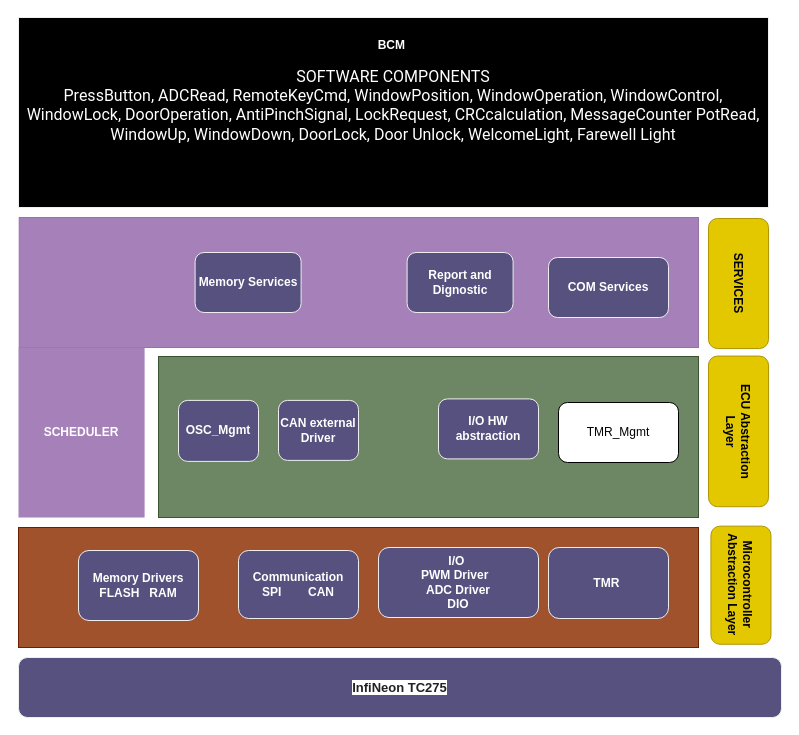
Earlier version of the draw.io diagram page "Página-1" (1 of 2) of Diagrama sin título.drawio (juankcl/ContiDiagrams). Source tidied: cells renumbered, new cells numbered last; positions are measured from the earlier drawing's top-left corner, leaving out a move shared by most shapes. Both pictures are drawn from the tidied source at 100%, with x=0, y=0 at pixel (18, 17).
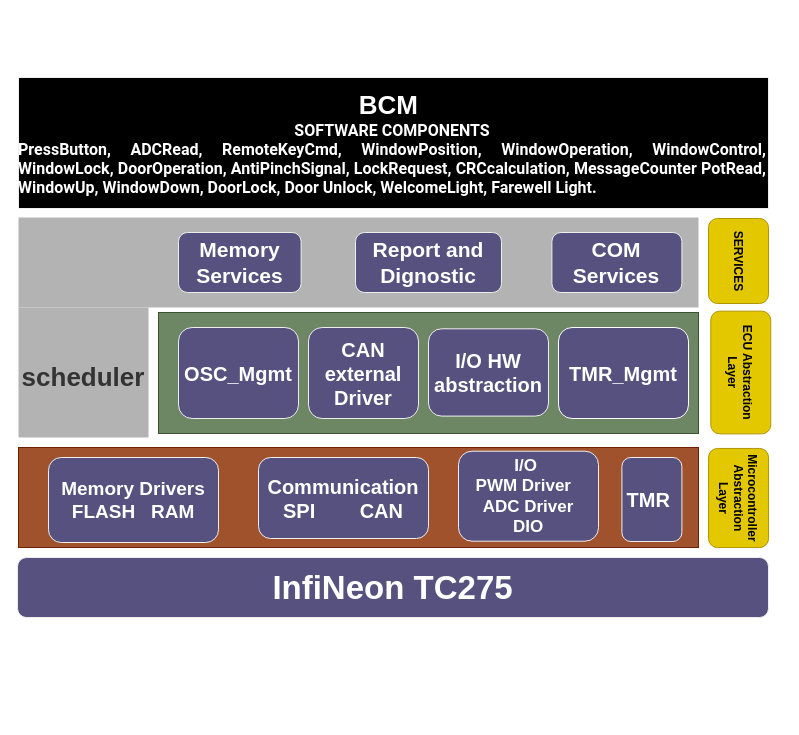
The same diagram, later.

What changed in the source:
```diff
@@
-    <mxCell id="2" style="group;" parent="1" vertex="1">
-      <mxGeometry y="200" width="680" height="331" as="geometry" />
+    <mxCell id="2" style="group;fontStyle=1;" parent="1" vertex="1">
+      <mxGeometry y="200" width="763" height="400" as="geometry" />
     </mxCell>
-    <mxCell id="3" style="rounded=0;whiteSpace=wrap;html=1;fillColor=#A680B8;strokeColor=#9673a6;fontStyle=1;" parent="2" vertex="1">
-      <mxGeometry x="0.7" width="679.3" height="130" as="geometry" />
-    </mxCell>
-    <mxCell id="4" value="SCHEDULER" style="rounded=0;whiteSpace=wrap;html=1;fillColor=#A680B8;strokeColor=none;fontColor=#FFFFFF;fontStyle=1;" parent="2" vertex="1">
-      <mxGeometry y="130" width="126.1" height="170" as="geometry" />
-    </mxCell>
+    <mxCell id="24" style="rounded=0;whiteSpace=wrap;html=1;labelBackgroundColor=none;fontSize=42;fontColor=#FFFFFF;fillColor=#B3B3B3;strokeColor=none;" parent="2" vertex="1">
+      <mxGeometry width="680" height="90" as="geometry" />
+    </mxCell>
+    <mxCell id="25" value="&lt;font size=&quot;1&quot; color=&quot;#333333&quot; style=&quot;&quot;&gt;&lt;b style=&quot;font-size: 26px;&quot;&gt;scheduler&lt;/b&gt;&lt;/font&gt;" style="rounded=0;whiteSpace=wrap;html=1;labelBackgroundColor=none;fontSize=42;fontColor=#FFFFFF;fillColor=#B3B3B3;strokeColor=none;" parent="2" vertex="1">
+      <mxGeometry y="90" width="130" height="130" as="geometry" />
+    </mxCell>
-    <mxCell id="5" value="Report and Dignostic" style="rounded=1;whiteSpace=wrap;html=1;fillColor=#56517E;strokeColor=#EEEEEE;fontColor=#FFFFFF;fontStyle=1;" parent="2" vertex="1">
-      <mxGeometry x="388.6" y="35" width="106" height="60" as="geometry" />
+    <mxCell id="5" value="Report and Dignostic" style="rounded=1;whiteSpace=wrap;html=1;fillColor=#56517E;strokeColor=#EEEEEE;fontColor=#FFFFFF;fontStyle=1;fontSize=21;" parent="2" vertex="1">
+      <mxGeometry x="337" y="15" width="146" height="60" as="geometry" />
     </mxCell>
-    <mxCell id="6" value="Memory Services" style="rounded=1;whiteSpace=wrap;html=1;glass=0;fillColor=#56517E;strokeColor=#EEEEEE;fontColor=#FFFFFF;fontStyle=1;" parent="2" vertex="1">
-      <mxGeometry x="176.6" y="35" width="106" height="60" as="geometry" />
+    <mxCell id="6" value="Memory Services" style="rounded=1;whiteSpace=wrap;html=1;glass=0;fillColor=#56517E;strokeColor=#EEEEEE;fontColor=#FFFFFF;fontStyle=1;fontSize=21;" parent="2" vertex="1">
+      <mxGeometry x="160" y="15" width="122.6" height="60" as="geometry" />
     </mxCell>
     <mxCell id="7" style="rounded=0;whiteSpace=wrap;html=1;fillColor=#6d8764;strokeColor=#3A5431;fontColor=#ffffff;fontStyle=1;" parent="2" vertex="1">
-      <mxGeometry x="140" y="139" width="540" height="161" as="geometry" />
+      <mxGeometry x="140" y="95" width="540" height="121" as="geometry" />
     </mxCell>
-    <mxCell id="8" value="&lt;font color=&quot;#000000&quot;&gt;TMR_Mgmt&lt;/font&gt;" style="rounded=1;whiteSpace=wrap;html=1;labelBackgroundColor=none;fontColor=#FFFFFF;" parent="2" vertex="1">
-      <mxGeometry x="540" y="185" width="120" height="60" as="geometry" />
+    <mxCell id="8" value="&lt;b style=&quot;font-size: 20px;&quot;&gt;TMR_Mgmt&lt;/b&gt;" style="rounded=1;whiteSpace=wrap;html=1;labelBackgroundColor=none;fillColor=#56517E;strokeColor=#FFFFFF;fontColor=#ffffff;gradientColor=none;fontSize=20;" parent="2" vertex="1">
+      <mxGeometry x="540" y="110" width="130" height="91" as="geometry" />
     </mxCell>
-    <mxCell id="9" value="BCM&amp;nbsp;&lt;br&gt;&lt;br&gt;&lt;span style=&quot;font-family: Roboto, -apple-system, BlinkMacSystemFont, &amp;quot;Apple Color Emoji&amp;quot;, &amp;quot;Segoe UI&amp;quot;, Oxygen, Ubuntu, Cantarell, &amp;quot;Fira Sans&amp;quot;, &amp;quot;Droid Sans&amp;quot;, &amp;quot;Helvetica Neue&amp;quot;, sans-serif; font-size: 16px; font-weight: 400; text-align: start;&quot;&gt;SOFTWARE COMPONENTS&lt;/span&gt;&lt;br style=&quot;box-sizing: border-box; font-family: Roboto, -apple-system, BlinkMacSystemFont, &amp;quot;Apple Color Emoji&amp;quot;, &amp;quot;Segoe UI&amp;quot;, Oxygen, Ubuntu, Cantarell, &amp;quot;Fira Sans&amp;quot;, &amp;quot;Droid Sans&amp;quot;, &amp;quot;Helvetica Neue&amp;quot;, sans-serif; font-size: 16px; font-weight: 400; text-align: start;&quot;&gt;&lt;span style=&quot;font-family: Roboto, -apple-system, BlinkMacSystemFont, &amp;quot;Apple Color Emoji&amp;quot;, &amp;quot;Segoe UI&amp;quot;, Oxygen, Ubuntu, Cantarell, &amp;quot;Fira Sans&amp;quot;, &amp;quot;Droid Sans&amp;quot;, &amp;quot;Helvetica Neue&amp;quot;, sans-serif; font-size: 16px; font-weight: 400; text-align: start;&quot;&gt;PressButton, ADCRead, RemoteKeyCmd, WindowPosition, WindowOperation, WindowControl, WindowLock, DoorOperation, AntiPinchSignal, LockRequest, CRCcalculation, MessageCounter PotRead, WindowUp, WindowDown, DoorLock, Door Unlock, WelcomeLight, Farewell Light&lt;/span&gt;&lt;span&gt;&lt;br&gt;&lt;br&gt;&lt;br&gt;&lt;br&gt;&lt;/span&gt;" style="rounded=0;whiteSpace=wrap;html=1;fillColor=#000000;strokeColor=#EEEEEE;fontColor=#FFFFFF;fontStyle=1;" parent="1" vertex="1">
-      <mxGeometry width="750" height="190" as="geometry" />
-    </mxCell>
+    <mxCell id="19" value="CAN external Driver" style="rounded=1;whiteSpace=wrap;html=1;fillColor=#56517E;strokeColor=#EEEEEE;fontColor=#FFFFFF;fontStyle=1;fontSize=20;" parent="2" vertex="1">
+      <mxGeometry x="290" y="110" width="110" height="91" as="geometry" />
+    </mxCell>
-    <mxCell id="10" value="COM Services" style="rounded=1;whiteSpace=wrap;html=1;fillColor=#56517E;strokeColor=#EEEEEE;fontColor=#FFFFFF;fontStyle=1;" parent="1" vertex="1">
-      <mxGeometry x="530" y="240" width="120" height="60" as="geometry" />
+    <mxCell id="10" value="COM Services" style="rounded=1;whiteSpace=wrap;html=1;fillColor=#56517E;strokeColor=#EEEEEE;fontColor=#FFFFFF;fontStyle=1;fontSize=21;" parent="2" vertex="1">
+      <mxGeometry x="533.4" y="15" width="130" height="60" as="geometry" />
     </mxCell>
-    <mxCell id="11" value="SERVICES" style="rounded=1;whiteSpace=wrap;html=1;rotation=90;fillColor=#e3c800;strokeColor=#B09500;fontColor=#000000;fontStyle=1;" parent="1" vertex="1">
-      <mxGeometry x="655" y="236" width="130" height="60" as="geometry" />
-    </mxCell>
-    <mxCell id="12" value="&lt;div style=&quot;text-align: start;&quot;&gt;&lt;br&gt;&lt;/div&gt;" style="rounded=0;whiteSpace=wrap;html=1;fillColor=#a0522d;strokeColor=#6D1F00;fontColor=#ffffff;fontStyle=1;" parent="1" vertex="1">
-      <mxGeometry y="510" width="680" height="120" as="geometry" />
+    <mxCell id="12" value="&lt;div style=&quot;text-align: start;&quot;&gt;&lt;br&gt;&lt;/div&gt;" style="rounded=0;whiteSpace=wrap;html=1;fillColor=#a0522d;strokeColor=#6D1F00;fontColor=#ffffff;fontStyle=1;" parent="2" vertex="1">
+      <mxGeometry y="230" width="680" height="100" as="geometry" />
     </mxCell>
+    <mxCell id="15" value="TMR&amp;nbsp;" style="rounded=1;whiteSpace=wrap;html=1;fillColor=#56517E;strokeColor=#EEEEEE;fontColor=#FFFFFF;fontStyle=1;fontSize=20;" parent="2" vertex="1">
+      <mxGeometry x="603.4" y="240" width="60" height="84" as="geometry" />
+    </mxCell>
-    <mxCell id="13" value="I/O&amp;nbsp;&lt;br&gt;PWM Driver&amp;nbsp;&amp;nbsp;&lt;br&gt;ADC Driver&lt;br&gt;DIO" style="rounded=1;whiteSpace=wrap;html=1;fillColor=#56517E;strokeColor=#EEEEEE;fontColor=#FFFFFF;fontStyle=1;" parent="1" vertex="1">
-      <mxGeometry x="360" y="530" width="160" height="70" as="geometry" />
+    <mxCell id="13" value="I/O&amp;nbsp;&lt;br style=&quot;font-size: 17px;&quot;&gt;PWM Driver&amp;nbsp;&amp;nbsp;&lt;br style=&quot;font-size: 17px;&quot;&gt;ADC Driver&lt;br style=&quot;font-size: 17px;&quot;&gt;DIO" style="rounded=1;whiteSpace=wrap;html=1;fillColor=#56517E;strokeColor=#EEEEEE;fontColor=#FFFFFF;fontStyle=1;fontSize=17;" parent="2" vertex="1">
+      <mxGeometry x="440" y="233.7" width="140" height="90" as="geometry" />
     </mxCell>
+    <mxCell id="22" value="Communication&lt;br style=&quot;font-size: 20px;&quot;&gt;SPI&amp;nbsp; &amp;nbsp; &amp;nbsp; &amp;nbsp; CAN" style="rounded=1;whiteSpace=wrap;html=1;fillColor=#56517E;strokeColor=#EEEEEE;fontColor=#FFFFFF;fontStyle=1;fontSize=20;" parent="2" vertex="1">
+      <mxGeometry x="240" y="240" width="170" height="81" as="geometry" />
+    </mxCell>
-    <mxCell id="14" value="Memory Drivers&lt;br&gt;FLASH&amp;nbsp; &amp;nbsp;RAM" style="rounded=1;whiteSpace=wrap;html=1;fillColor=#56517E;strokeColor=#EEEEEE;fontColor=#FFFFFF;fontStyle=1;" parent="1" vertex="1">
-      <mxGeometry x="60" y="533" width="120" height="70" as="geometry" />
+    <mxCell id="14" value="Memory Drivers&lt;br style=&quot;font-size: 19px;&quot;&gt;FLASH&amp;nbsp; &amp;nbsp;RAM" style="rounded=1;whiteSpace=wrap;html=1;fillColor=#56517E;strokeColor=#EEEEEE;fontColor=#FFFFFF;fontStyle=1;fontSize=19;" parent="2" vertex="1">
+      <mxGeometry x="30" y="240" width="170" height="85" as="geometry" />
     </mxCell>
-    <mxCell id="15" value="TMR&amp;nbsp;" style="rounded=1;whiteSpace=wrap;html=1;fillColor=#56517E;strokeColor=#EEEEEE;fontColor=#FFFFFF;fontStyle=1;" parent="1" vertex="1">
-      <mxGeometry x="530" y="530" width="120" height="71" as="geometry" />
-    </mxCell>
-    <mxCell id="16" value="OSC_Mgmt" style="rounded=1;whiteSpace=wrap;html=1;fillColor=#56517E;strokeColor=#EEEEEE;fontColor=#FFFFFF;fontStyle=1;" parent="1" vertex="1">
-      <mxGeometry x="160" y="382.9" width="80" height="61" as="geometry" />
-    </mxCell>
+    <mxCell id="23" value="&lt;div style=&quot;text-align: start;&quot;&gt;&lt;font style=&quot;font-size: 33px;&quot; face=&quot;Arial, Helvetica, sans-serif&quot;&gt;InfiNeon TC275&lt;/font&gt;&lt;/div&gt;" style="rounded=1;whiteSpace=wrap;html=1;fillColor=#56517E;strokeColor=#EEEEEE;fontColor=#FFFFFF;fontStyle=1;" parent="2" vertex="1">
+      <mxGeometry x="-1" y="340" width="751" height="60" as="geometry" />
+    </mxCell>
-    <mxCell id="17" value="I/O HW abstraction" style="rounded=1;whiteSpace=wrap;html=1;fillColor=#56517E;strokeColor=#EEEEEE;fontColor=#FFFFFF;fontStyle=1;" parent="1" vertex="1">
-      <mxGeometry x="420" y="381.4" width="100" height="60" as="geometry" />
+    <mxCell id="17" value="I/O HW abstraction" style="rounded=1;whiteSpace=wrap;html=1;fillColor=#56517E;strokeColor=#EEEEEE;fontColor=#FFFFFF;fontStyle=1;fontSize=20;" parent="2" vertex="1">
+      <mxGeometry x="410" y="111.3" width="120" height="87.3" as="geometry" />
     </mxCell>
-    <mxCell id="18" style="edgeStyle=orthogonalEdgeStyle;rounded=0;orthogonalLoop=1;jettySize=auto;html=1;exitX=0.5;exitY=1;exitDx=0;exitDy=0;labelBackgroundColor=#FAD9D5;strokeColor=#182E3E;fontStyle=1;" parent="1" edge="1" source="17" target="17">
+    <mxCell id="18" style="edgeStyle=orthogonalEdgeStyle;rounded=0;orthogonalLoop=1;jettySize=auto;html=1;exitX=0.5;exitY=1;exitDx=0;exitDy=0;labelBackgroundColor=#FAD9D5;strokeColor=#182E3E;fontStyle=1;" parent="2" edge="1" source="17" target="17">
       <mxGeometry relative="1" as="geometry" />
     </mxCell>
-    <mxCell id="19" value="CAN external Driver" style="rounded=1;whiteSpace=wrap;html=1;fillColor=#56517E;strokeColor=#EEEEEE;fontColor=#FFFFFF;fontStyle=1;" parent="1" vertex="1">
-      <mxGeometry x="260" y="382.9" width="80" height="60" as="geometry" />
-    </mxCell>
+    <mxCell id="16" value="OSC_Mgmt" style="rounded=1;whiteSpace=wrap;html=1;fillColor=#56517E;strokeColor=#EEEEEE;fontColor=#FFFFFF;fontStyle=1;fontSize=20;" parent="2" vertex="1">
+      <mxGeometry x="160" y="110" width="120" height="91" as="geometry" />
+    </mxCell>
+    <mxCell id="9" value="&lt;div style=&quot;text-align: center;&quot;&gt;&lt;span style=&quot;font-size: 26px; background-color: initial;&quot;&gt;BCM&amp;nbsp;&lt;/span&gt;&lt;/div&gt;&lt;span style=&quot;font-family: Roboto, -apple-system, BlinkMacSystemFont, &amp;quot;Apple Color Emoji&amp;quot;, &amp;quot;Segoe UI&amp;quot;, Oxygen, Ubuntu, Cantarell, &amp;quot;Fira Sans&amp;quot;, &amp;quot;Droid Sans&amp;quot;, &amp;quot;Helvetica Neue&amp;quot;, sans-serif; font-size: 16px;&quot;&gt;&lt;div style=&quot;text-align: center;&quot;&gt;&lt;span style=&quot;background-color: initial;&quot;&gt;SOFTWARE COMPONENTS&lt;/span&gt;&lt;/div&gt;&lt;/span&gt;&lt;span style=&quot;font-family: Roboto, -apple-system, BlinkMacSystemFont, &amp;quot;Apple Color Emoji&amp;quot;, &amp;quot;Segoe UI&amp;quot;, Oxygen, Ubuntu, Cantarell, &amp;quot;Fira Sans&amp;quot;, &amp;quot;Droid Sans&amp;quot;, &amp;quot;Helvetica Neue&amp;quot;, sans-serif; font-size: 16px;&quot;&gt;&lt;div style=&quot;text-align: justify;&quot;&gt;&lt;span style=&quot;background-color: initial;&quot;&gt;PressButton, ADCRead, RemoteKeyCmd, WindowPosition, WindowOperation, WindowControl, WindowLock, DoorOperation, AntiPinchSignal, LockRequest, CRCcalculation, MessageCounter PotRead, WindowUp, WindowDown, DoorLock, Door Unlock, WelcomeLight, Farewell Light.&lt;/span&gt;&lt;/div&gt;&lt;/span&gt;" style="rounded=0;whiteSpace=wrap;html=1;fillColor=#000000;strokeColor=#EEEEEE;fontColor=#FFFFFF;fontStyle=1;align=right;" parent="1" vertex="1">
+      <mxGeometry y="60" width="750" height="131" as="geometry" />
+    </mxCell>
+    <mxCell id="11" value="SERVICES" style="rounded=1;whiteSpace=wrap;html=1;rotation=90;fillColor=#e3c800;strokeColor=#B09500;fontColor=#000000;fontStyle=1;" parent="1" vertex="1">
+      <mxGeometry x="677.5" y="213.5" width="85" height="60" as="geometry" />
+    </mxCell>
     <mxCell id="20" value="ECU Abstraction&lt;br&gt;Layer" style="rounded=1;whiteSpace=wrap;html=1;rotation=90;fillColor=#e3c800;strokeColor=#B09500;fontColor=#000000;fontStyle=1;" parent="1" vertex="1">
-      <mxGeometry x="644.7" y="383.9" width="150.6" height="60" as="geometry" />
+      <mxGeometry x="660.9" y="325" width="122.7" height="60" as="geometry" />
     </mxCell>
     <mxCell id="21" value="Microcontroller Abstraction Layer" style="rounded=1;whiteSpace=wrap;html=1;rotation=90;fillColor=#e3c800;strokeColor=#B09500;fontColor=#000000;fontStyle=1;" parent="1" vertex="1">
-      <mxGeometry x="663.4" y="537.7" width="118.1" height="60" as="geometry" />
+      <mxGeometry x="670.5" y="450.5" width="99.1" height="60" as="geometry" />
     </mxCell>
-    <mxCell id="22" value="Communication&lt;br&gt;SPI&amp;nbsp; &amp;nbsp; &amp;nbsp; &amp;nbsp; CAN" style="rounded=1;whiteSpace=wrap;html=1;fillColor=#56517E;strokeColor=#EEEEEE;fontColor=#FFFFFF;fontStyle=1;" parent="1" vertex="1">
-      <mxGeometry x="220" y="533" width="120" height="68" as="geometry" />
-    </mxCell>
-    <mxCell id="23" value="&lt;div style=&quot;text-align: start;&quot;&gt;&lt;font size=&quot;2&quot; face=&quot;Arial, Helvetica, sans-serif&quot; color=&quot;#222222&quot;&gt;&lt;span style=&quot;background-color: rgb(255, 255, 255);&quot;&gt;InfiNeon TC275&lt;/span&gt;&lt;/font&gt;&lt;/div&gt;" style="rounded=1;whiteSpace=wrap;html=1;fillColor=#56517E;strokeColor=#EEEEEE;fontColor=#FFFFFF;fontStyle=1;" parent="1" vertex="1">
-      <mxGeometry y="640" width="763" height="60" as="geometry" />
-    </mxCell>
```
